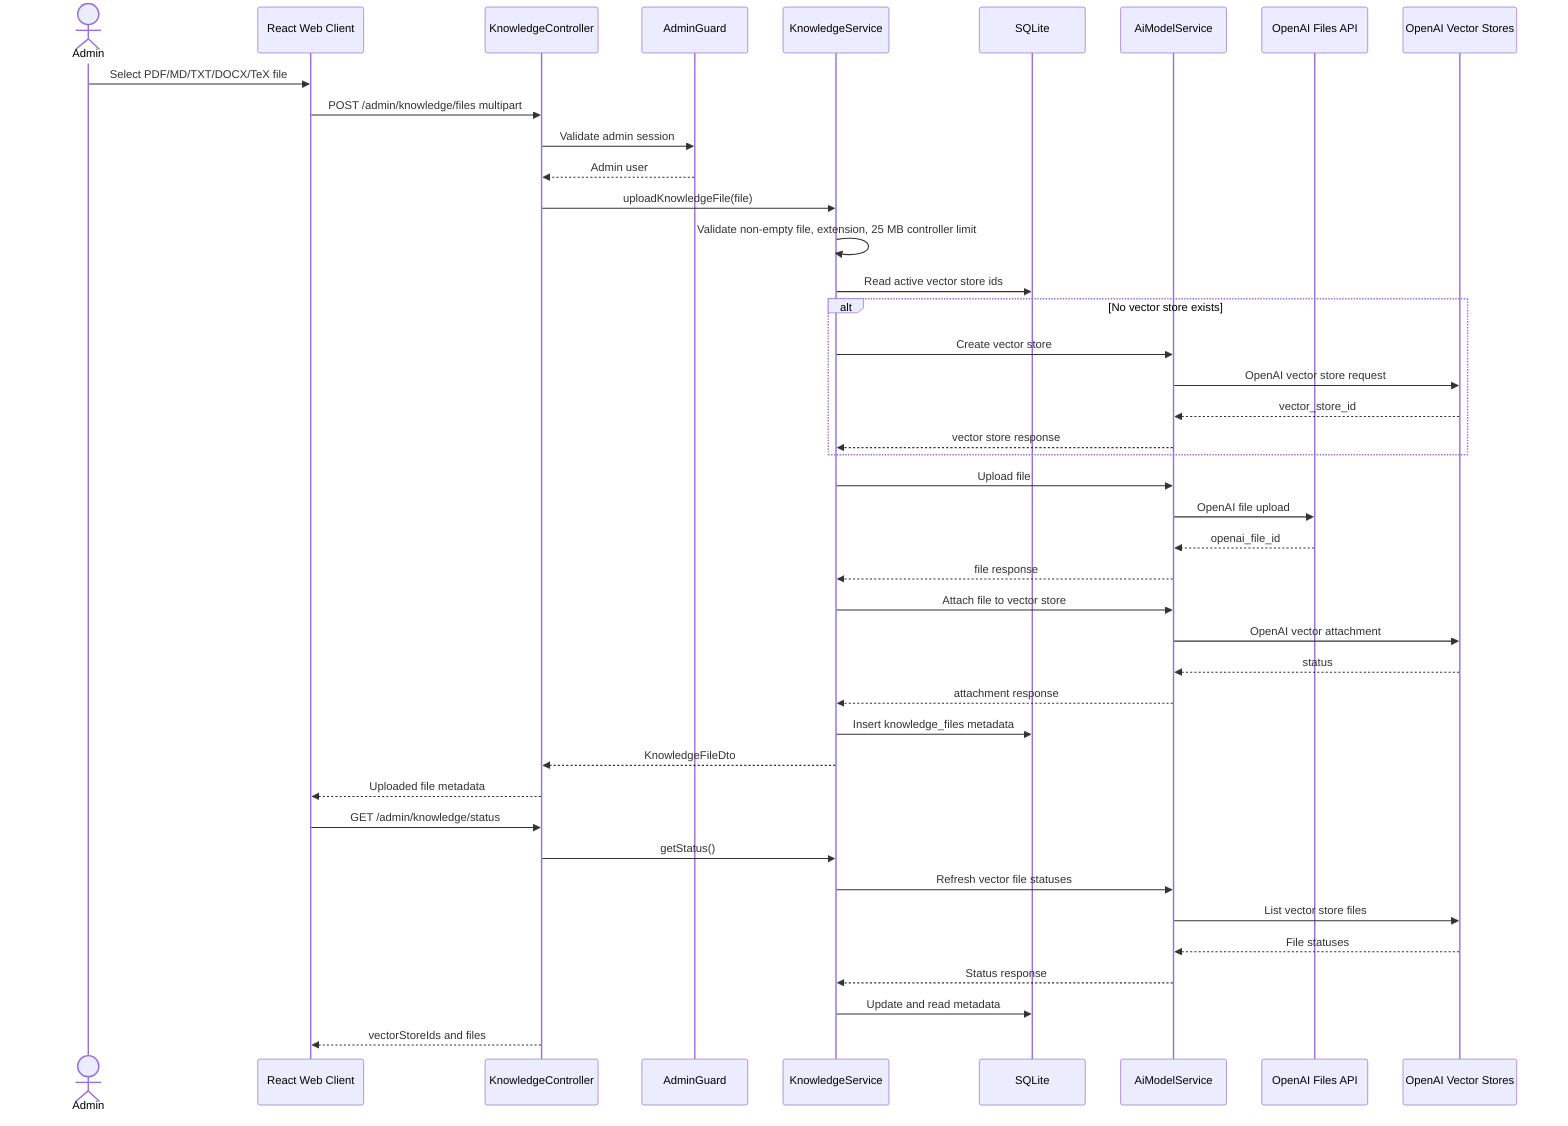
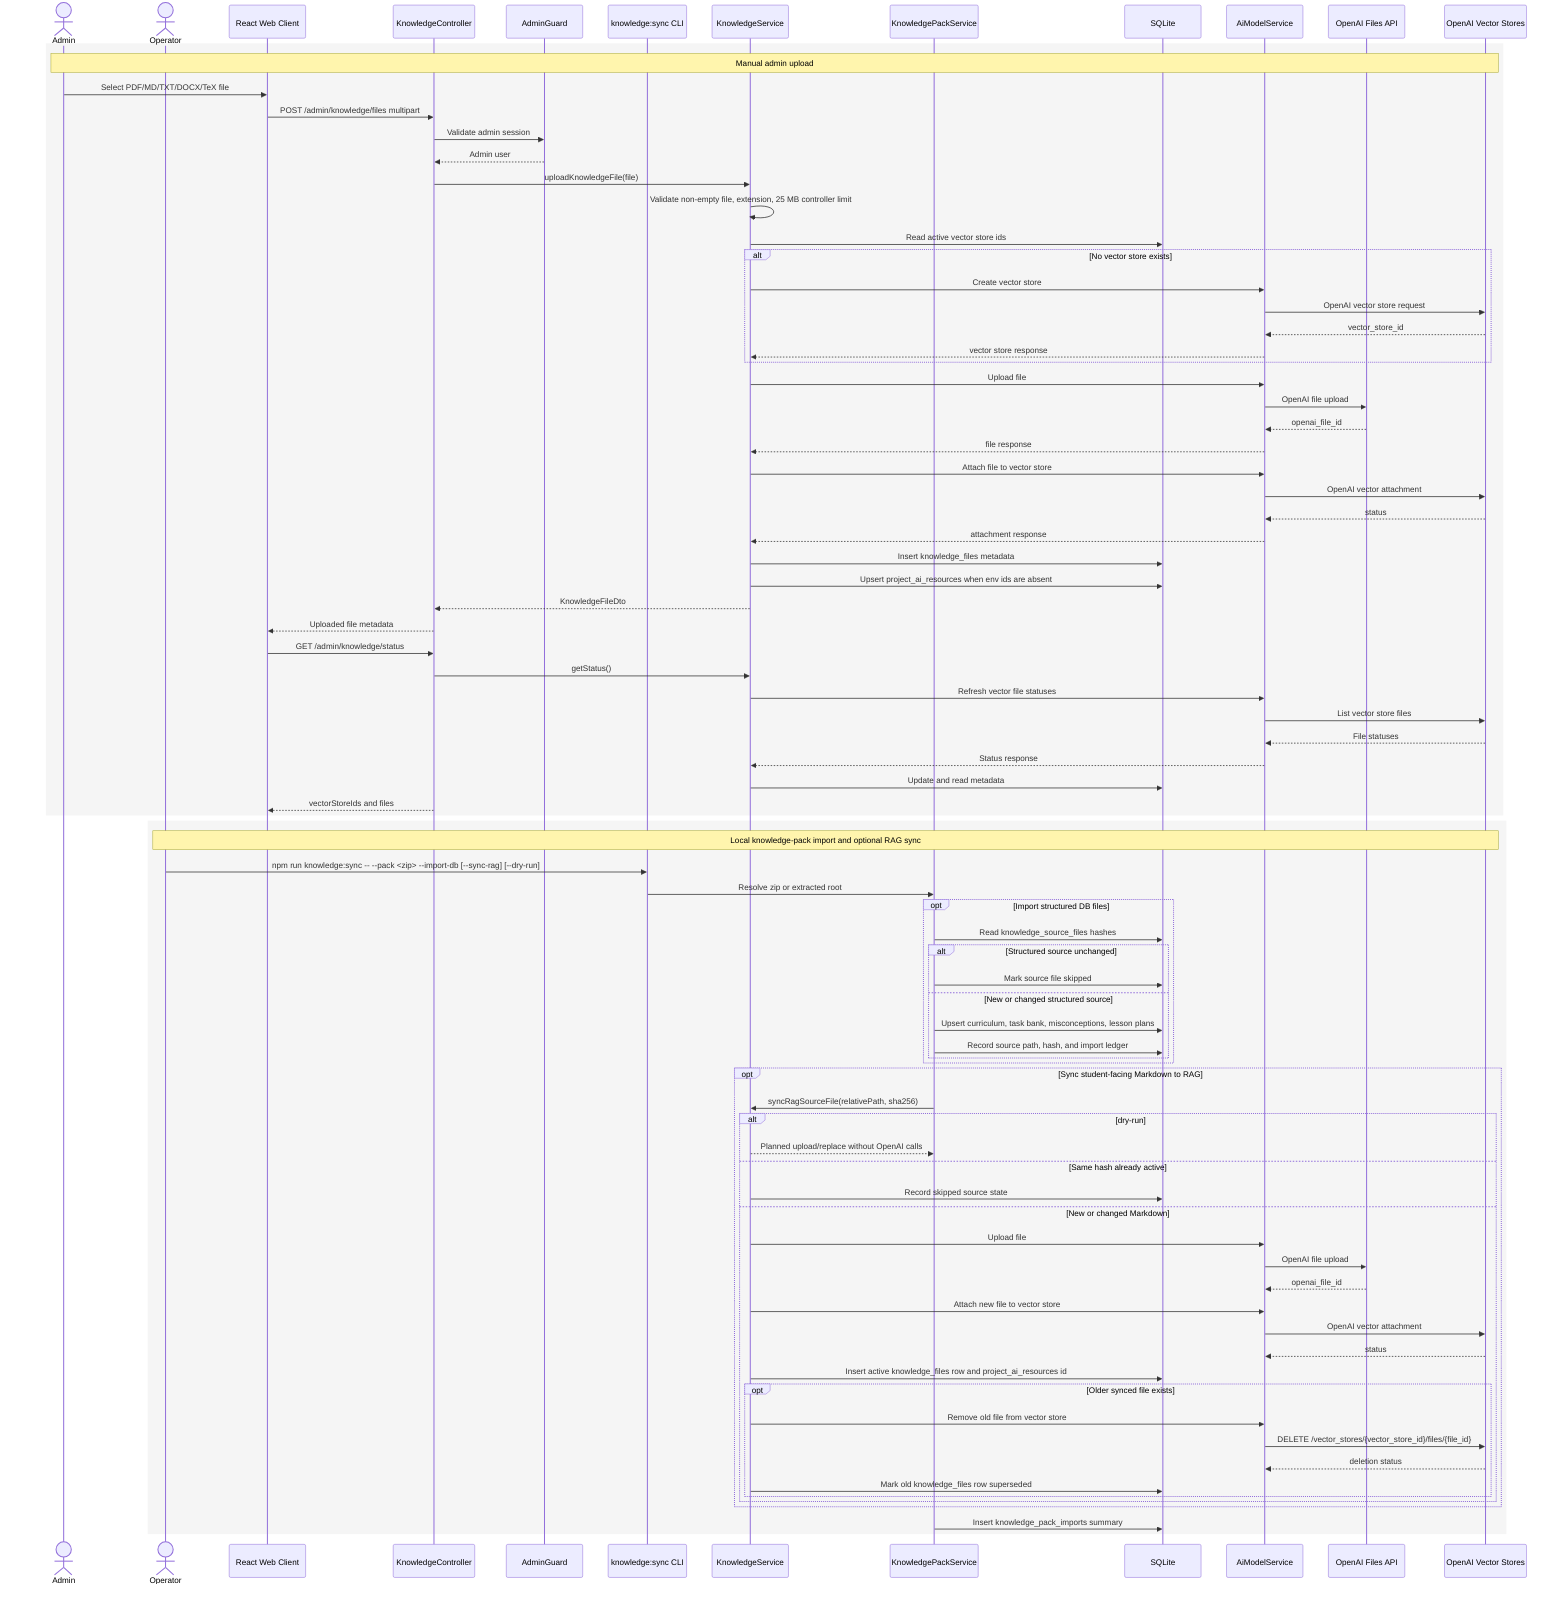
sequenceDiagram
  actor Admin
+   actor Operator
  participant Web as React Web Client
  participant API as KnowledgeController
  participant Guard as AdminGuard
+   participant CLI as knowledge:sync CLI
  participant Knowledge as KnowledgeService
+   participant Pack as KnowledgePackService
  participant DB as SQLite
  participant AIModel as AiModelService
  participant Files as OpenAI Files API
  participant Vectors as OpenAI Vector Stores

+   rect rgb(245,245,245)
+   Note over Admin,Vectors: Manual admin upload
  Admin->>Web: Select PDF/MD/TXT/DOCX/TeX file
  Web->>API: POST /admin/knowledge/files multipart
  API->>Guard: Validate admin session
  Guard-->>API: Admin user
  API->>Knowledge: uploadKnowledgeFile(file)
  Knowledge->>Knowledge: Validate non-empty file, extension, 25 MB controller limit
  Knowledge->>DB: Read active vector store ids
  alt No vector store exists
    Knowledge->>AIModel: Create vector store
    AIModel->>Vectors: OpenAI vector store request
    Vectors-->>AIModel: vector_store_id
    AIModel-->>Knowledge: vector store response
  end
  Knowledge->>AIModel: Upload file
  AIModel->>Files: OpenAI file upload
  Files-->>AIModel: openai_file_id
  AIModel-->>Knowledge: file response
  Knowledge->>AIModel: Attach file to vector store
  AIModel->>Vectors: OpenAI vector attachment
  Vectors-->>AIModel: status
  AIModel-->>Knowledge: attachment response
  Knowledge->>DB: Insert knowledge_files metadata
+   Knowledge->>DB: Upsert project_ai_resources when env ids are absent
  Knowledge-->>API: KnowledgeFileDto
  API-->>Web: Uploaded file metadata
  Web->>API: GET /admin/knowledge/status
  API->>Knowledge: getStatus()
  Knowledge->>AIModel: Refresh vector file statuses
  AIModel->>Vectors: List vector store files
  Vectors-->>AIModel: File statuses
  AIModel-->>Knowledge: Status response
  Knowledge->>DB: Update and read metadata
  API-->>Web: vectorStoreIds and files
+   end
+ 
+   rect rgb(245,245,245)
+   Note over Operator,Vectors: Local knowledge-pack import and optional RAG sync
+   Operator->>CLI: npm run knowledge:sync -- --pack <zip> --import-db [--sync-rag] [--dry-run]
+   CLI->>Pack: Resolve zip or extracted root
+   opt Import structured DB files
+     Pack->>DB: Read knowledge_source_files hashes
+     alt Structured source unchanged
+       Pack->>DB: Mark source file skipped
+     else New or changed structured source
+       Pack->>DB: Upsert curriculum, task bank, misconceptions, lesson plans
+       Pack->>DB: Record source path, hash, and import ledger
+     end
+   end
+   opt Sync student-facing Markdown to RAG
+     Pack->>Knowledge: syncRagSourceFile(relativePath, sha256)
+     alt dry-run
+       Knowledge-->>Pack: Planned upload/replace without OpenAI calls
+     else Same hash already active
+       Knowledge->>DB: Record skipped source state
+     else New or changed Markdown
+       Knowledge->>AIModel: Upload file
+       AIModel->>Files: OpenAI file upload
+       Files-->>AIModel: openai_file_id
+       Knowledge->>AIModel: Attach new file to vector store
+       AIModel->>Vectors: OpenAI vector attachment
+       Vectors-->>AIModel: status
+       Knowledge->>DB: Insert active knowledge_files row and project_ai_resources id
+       opt Older synced file exists
+         Knowledge->>AIModel: Remove old file from vector store
+         AIModel->>Vectors: DELETE /vector_stores/{vector_store_id}/files/{file_id}
+         Vectors-->>AIModel: deletion status
+         Knowledge->>DB: Mark old knowledge_files row superseded
+       end
+     end
+   end
+   Pack->>DB: Insert knowledge_pack_imports summary
+   end
